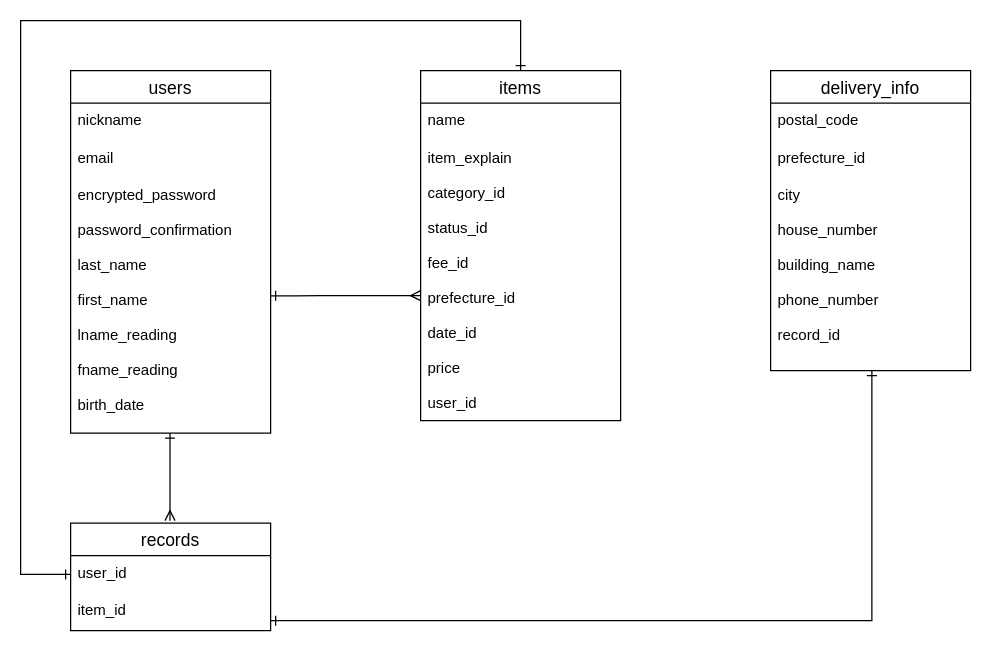
The draw.io diagram test.dio in no-ru-kk/furima-35520, before the edit. Source tidied: cells renumbered, new cells numbered last; positions are measured from the earlier drawing's top-left corner, leaving out a move shared by most shapes. Both pictures are drawn from the tidied source at 125%, with x=0, y=0 at pixel (20, 20).
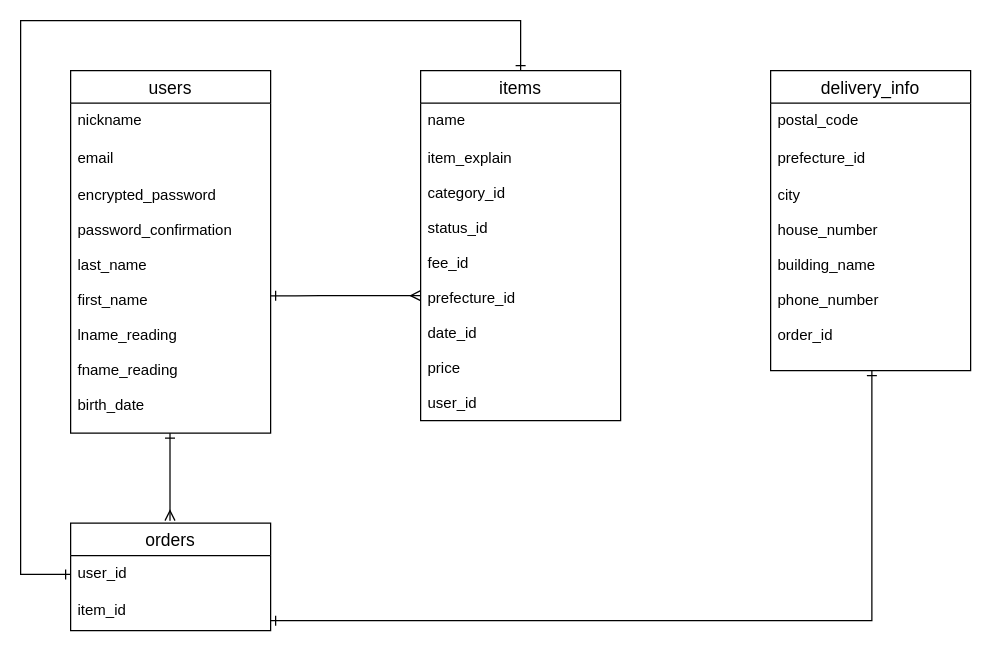
After the change.

The change refers to these unchanged cells:
```xml
<mxCell id="2" value="delivery_info" style="swimlane;fontStyle=0;horizontal=1;startSize=26;align=center;fontSize=14;" parent="1" vertex="1">
  <mxGeometry x="600" y="40" width="160" height="240" as="geometry" />
</mxCell>
```

The edit, as a diff of the source:
```diff
@@
-    <mxCell id="5" value="city&#10;&#10;house_number&#10;&#10;building_name&#10;&#10;phone_number&#10;&#10;record_id" style="text;strokeColor=none;fillColor=none;spacingLeft=4;spacingRight=4;overflow=hidden;fontSize=12;" parent="2" vertex="1">
+    <mxCell id="5" value="city&#10;&#10;house_number&#10;&#10;building_name&#10;&#10;phone_number&#10;&#10;order_id" style="text;strokeColor=none;fillColor=none;spacingLeft=4;spacingRight=4;overflow=hidden;fontSize=12;" parent="2" vertex="1">
       <mxGeometry y="86" width="160" height="154" as="geometry" />
     </mxCell>
@@
-    <mxCell id="15" value="records" style="swimlane;fontStyle=0;horizontal=1;startSize=26;align=center;fontSize=14;" parent="1" vertex="1">
+    <mxCell id="15" value="orders" style="swimlane;fontStyle=0;horizontal=1;startSize=26;align=center;fontSize=14;" parent="1" vertex="1">
       <mxGeometry x="40" y="402" width="160" height="86" as="geometry" />
     </mxCell>
```
